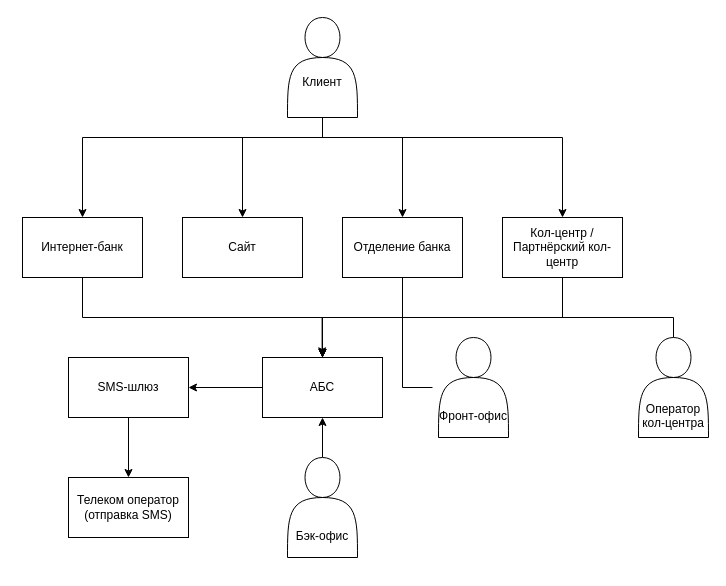
Above: Exc1/task-1-integration.drawio in vskurikhin/architecture-sprint-9 (draw.io), before the change. Source tidied: cells renumbered, new cells numbered last; positions are measured from the earlier drawing's top-left corner, leaving out a move shared by most shapes. Both pictures are drawn from the tidied source at 100%, with x=0, y=0 at pixel (22, 17).
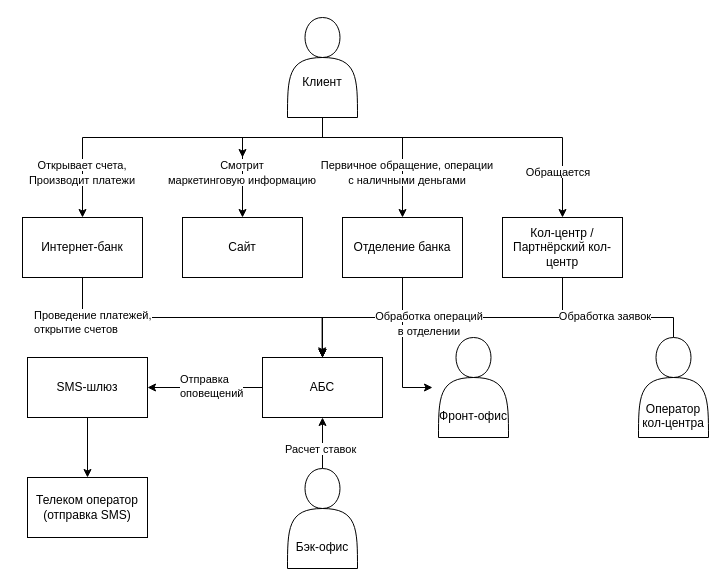
After the change.

The change refers to these unchanged cells:
```xml
<mxCell id="6" value="&lt;div&gt;&lt;br&gt;&lt;/div&gt;&lt;div&gt;&lt;br&gt;&lt;/div&gt;Клиент" style="shape=actor;whiteSpace=wrap;html=1;" parent="1" vertex="1">
  <mxGeometry x="265" width="70" height="100" as="geometry" />
</mxCell>
<mxCell id="9" value="Сайт" style="rounded=0;whiteSpace=wrap;html=1;" parent="1" vertex="1">
  <mxGeometry x="160" y="200" width="120" height="60" as="geometry" />
</mxCell>
<mxCell id="15" value="АБС" style="rounded=0;whiteSpace=wrap;html=1;" parent="1" vertex="1">
  <mxGeometry x="240" y="340" width="120" height="60" as="geometry" />
</mxCell>
```

The edit, as a diff of the source:
```diff
@@
-    <mxCell id="3" style="edgeStyle=orthogonalEdgeStyle;rounded=0;jettySize=auto;html=1;entryX=0.5;entryY=0;entryDx=0;entryDy=0;exitX=0.5;exitY=1;exitDx=0;exitDy=0;" parent="1" edge="1" source="6" target="9">
+    <mxCell id="3" style="edgeStyle=orthogonalEdgeStyle;rounded=0;jettySize=auto;html=1;entryX=0.5;entryY=0;entryDx=0;entryDy=0;exitX=0.5;exitY=1;exitDx=0;exitDy=0;" parent="1" edge="1" source="27" target="9">
       <mxGeometry relative="1" as="geometry">
         <Array as="points">
-          <mxPoint x="300" y="120" />
           <mxPoint x="220" y="120" />
         </Array>
       </mxGeometry>
     </mxCell>
@@
-    <mxCell id="19" style="edgeStyle=orthogonalEdgeStyle;rounded=0;jettySize=auto;html=1;entryX=0.497;entryY=-0.027;entryDx=0;entryDy=0;entryPerimeter=0;" parent="1" edge="1" target="15">
+    <mxCell id="19" style="edgeStyle=orthogonalEdgeStyle;rounded=0;jettySize=auto;html=1;entryX=0.497;entryY=-0.027;entryDx=0;entryDy=0;entryPerimeter=0;startArrow=classic;startFill=1;" parent="1" edge="1" target="15">
       <mxGeometry relative="1" as="geometry">
         <mxPoint x="410" y="370" as="sourcePoint" />
         <Array as="points">
           <mxPoint x="380" y="370" />
           <mxPoint x="380" y="300" />
           <mxPoint x="300" y="300" />
         </Array>
       </mxGeometry>
     </mxCell>
@@
     <mxCell id="21" value="&lt;div&gt;&lt;br&gt;&lt;/div&gt;&lt;div&gt;&lt;br&gt;&lt;/div&gt;&lt;div&gt;&lt;br&gt;&lt;/div&gt;&lt;div&gt;&lt;br&gt;&lt;/div&gt;&lt;div&gt;Бэк-офис&lt;/div&gt;" style="shape=actor;whiteSpace=wrap;html=1;" parent="1" vertex="1">
-      <mxGeometry x="265" y="440" width="70" height="100" as="geometry" />
+      <mxGeometry x="265" y="451" width="70" height="100" as="geometry" />
     </mxCell>
@@
     <mxCell id="23" value="SMS-шлюз" style="rounded=0;whiteSpace=wrap;html=1;" parent="1" vertex="1">
-      <mxGeometry x="46" y="340" width="120" height="60" as="geometry" />
+      <mxGeometry x="5" y="340" width="120" height="60" as="geometry" />
     </mxCell>
     <mxCell id="24" value="Телеком оператор&lt;br&gt;(отправка SMS)" style="rounded=0;whiteSpace=wrap;html=1;" parent="1" vertex="1">
-      <mxGeometry x="46" y="460" width="120" height="60" as="geometry" />
+      <mxGeometry x="5" y="460" width="120" height="60" as="geometry" />
     </mxCell>
+    <mxCell id="25" value="&lt;span style=&quot;color: rgb(0, 0, 0); font-family: Helvetica; font-size: 11px; font-style: normal; font-variant-ligatures: normal; font-variant-caps: normal; font-weight: 400; letter-spacing: normal; orphans: 2; text-align: center; text-indent: 0px; text-transform: none; widows: 2; word-spacing: 0px; -webkit-text-stroke-width: 0px; white-space: nowrap; background-color: rgb(255, 255, 255); text-decoration-thickness: initial; text-decoration-style: initial; text-decoration-color: initial; display: inline !important; float: none;&quot;&gt;Обработка заявок&lt;/span&gt;" style="text;html=1;align=center;verticalAlign=middle;whiteSpace=wrap;rounded=0;" parent="1" vertex="1">
+      <mxGeometry x="528" y="284" width="110" height="30" as="geometry" />
+    </mxCell>
+    <mxCell id="26" style="edgeStyle=orthogonalEdgeStyle;rounded=0;jettySize=auto;html=1;entryX=0.5;entryY=0;entryDx=0;entryDy=0;exitX=0.5;exitY=1;exitDx=0;exitDy=0;" parent="1" edge="1" source="6" target="27">
+      <mxGeometry relative="1" as="geometry">
+        <Array as="points">
+          <mxPoint x="300" y="120" />
+        </Array>
+      </mxGeometry>
+    </mxCell>
+    <mxCell id="27" value="&lt;span style=&quot;color: rgb(0, 0, 0); font-family: Helvetica; font-size: 11px; font-style: normal; font-variant-ligatures: normal; font-variant-caps: normal; font-weight: 400; letter-spacing: normal; orphans: 2; text-align: center; text-indent: 0px; text-transform: none; widows: 2; word-spacing: 0px; -webkit-text-stroke-width: 0px; white-space: nowrap; background-color: rgb(255, 255, 255); text-decoration-thickness: initial; text-decoration-style: initial; text-decoration-color: initial; display: inline !important; float: none;&quot;&gt;Смотрит&lt;/span&gt;&lt;br style=&quot;forced-color-adjust: none; color: rgb(0, 0, 0); font-family: Helvetica; font-size: 11px; font-style: normal; font-variant-ligatures: normal; font-variant-caps: normal; font-weight: 400; letter-spacing: normal; orphans: 2; text-align: center; text-indent: 0px; text-transform: none; widows: 2; word-spacing: 0px; -webkit-text-stroke-width: 0px; white-space: nowrap; text-decoration-thickness: initial; text-decoration-style: initial; text-decoration-color: initial;&quot;&gt;&lt;span style=&quot;color: rgb(0, 0, 0); font-family: Helvetica; font-size: 11px; font-style: normal; font-variant-ligatures: normal; font-variant-caps: normal; font-weight: 400; letter-spacing: normal; orphans: 2; text-align: center; text-indent: 0px; text-transform: none; widows: 2; word-spacing: 0px; -webkit-text-stroke-width: 0px; white-space: nowrap; background-color: rgb(255, 255, 255); text-decoration-thickness: initial; text-decoration-style: initial; text-decoration-color: initial; display: inline !important; float: none;&quot;&gt;маркетинговую информацию&lt;/span&gt;" style="text;html=1;align=center;verticalAlign=middle;whiteSpace=wrap;rounded=0;" parent="1" vertex="1">
+      <mxGeometry x="140" y="140" width="160" height="30" as="geometry" />
+    </mxCell>
+    <mxCell id="28" value="&lt;span style=&quot;font-size: 11px; text-wrap: nowrap; background-color: rgb(255, 255, 255);&quot;&gt;Открывает счета,&lt;/span&gt;&lt;br style=&quot;font-size: 11px; text-wrap: nowrap;&quot;&gt;&lt;span style=&quot;font-size: 11px; text-wrap: nowrap; background-color: rgb(255, 255, 255);&quot;&gt;Производит платежи&lt;/span&gt;" style="text;html=1;align=center;verticalAlign=middle;whiteSpace=wrap;rounded=0;" parent="1" vertex="1">
+      <mxGeometry x="-5" y="140" width="130" height="30" as="geometry" />
+    </mxCell>
+    <mxCell id="29" value="&lt;span style=&quot;font-size: 11px; text-wrap: nowrap; background-color: rgb(255, 255, 255);&quot;&gt;Обращается&lt;/span&gt;" style="text;html=1;align=center;verticalAlign=middle;whiteSpace=wrap;rounded=0;" parent="1" vertex="1">
+      <mxGeometry x="506" y="140" width="60" height="30" as="geometry" />
+    </mxCell>
+    <mxCell id="30" value="&lt;span style=&quot;font-size: 11px; text-wrap: nowrap; background-color: rgb(255, 255, 255);&quot;&gt;Первичное обращение, операции&lt;br&gt;с наличными деньгами&lt;/span&gt;" style="text;html=1;align=center;verticalAlign=middle;whiteSpace=wrap;rounded=0;" parent="1" vertex="1">
+      <mxGeometry x="320" y="140" width="130" height="30" as="geometry" />
+    </mxCell>
+    <mxCell id="31" value="&lt;span style=&quot;color: rgb(0, 0, 0); font-family: Helvetica; font-size: 11px; font-style: normal; font-variant-ligatures: normal; font-variant-caps: normal; font-weight: 400; letter-spacing: normal; orphans: 2; text-align: center; text-indent: 0px; text-transform: none; widows: 2; word-spacing: 0px; -webkit-text-stroke-width: 0px; white-space: nowrap; background-color: rgb(255, 255, 255); text-decoration-thickness: initial; text-decoration-style: initial; text-decoration-color: initial; float: none; display: inline !important;&quot;&gt;Обработка операций&lt;br&gt;в отделении&lt;/span&gt;" style="text;html=1;align=center;verticalAlign=middle;whiteSpace=wrap;rounded=0;" parent="1" vertex="1">
+      <mxGeometry x="352" y="291" width="110" height="30" as="geometry" />
+    </mxCell>
+    <mxCell id="32" value="&lt;span style=&quot;color: rgb(0, 0, 0); font-family: Helvetica; font-size: 11px; font-style: normal; font-variant-ligatures: normal; font-variant-caps: normal; font-weight: 400; letter-spacing: normal; orphans: 2; text-align: center; text-indent: 0px; text-transform: none; widows: 2; word-spacing: 0px; -webkit-text-stroke-width: 0px; white-space: nowrap; background-color: rgb(255, 255, 255); text-decoration-thickness: initial; text-decoration-style: initial; text-decoration-color: initial; display: inline !important; float: none;&quot;&gt;Расчет ставок&lt;/span&gt;" style="text;whiteSpace=wrap;html=1;" parent="1" vertex="1">
+      <mxGeometry x="261" y="418" width="90" height="30" as="geometry" />
+    </mxCell>
+    <mxCell id="33" value="&lt;span style=&quot;color: rgb(0, 0, 0); font-family: Helvetica; font-size: 11px; font-style: normal; font-variant-ligatures: normal; font-variant-caps: normal; font-weight: 400; letter-spacing: normal; orphans: 2; text-align: center; text-indent: 0px; text-transform: none; widows: 2; word-spacing: 0px; -webkit-text-stroke-width: 0px; white-space: nowrap; background-color: rgb(255, 255, 255); text-decoration-thickness: initial; text-decoration-style: initial; text-decoration-color: initial; display: inline !important; float: none;&quot;&gt;Отправка&lt;/span&gt;&lt;br style=&quot;forced-color-adjust: none; color: rgb(0, 0, 0); font-family: Helvetica; font-size: 11px; font-style: normal; font-variant-ligatures: normal; font-variant-caps: normal; font-weight: 400; letter-spacing: normal; orphans: 2; text-align: center; text-indent: 0px; text-transform: none; widows: 2; word-spacing: 0px; -webkit-text-stroke-width: 0px; white-space: nowrap; text-decoration-thickness: initial; text-decoration-style: initial; text-decoration-color: initial;&quot;&gt;&lt;span style=&quot;color: rgb(0, 0, 0); font-family: Helvetica; font-size: 11px; font-style: normal; font-variant-ligatures: normal; font-variant-caps: normal; font-weight: 400; letter-spacing: normal; orphans: 2; text-align: center; text-indent: 0px; text-transform: none; widows: 2; word-spacing: 0px; -webkit-text-stroke-width: 0px; white-space: nowrap; background-color: rgb(255, 255, 255); text-decoration-thickness: initial; text-decoration-style: initial; text-decoration-color: initial; display: inline !important; float: none;&quot;&gt;оповещений&lt;/span&gt;" style="text;whiteSpace=wrap;html=1;" parent="1" vertex="1">
+      <mxGeometry x="156" y="348" width="100" height="50" as="geometry" />
+    </mxCell>
+    <mxCell id="34" value="&lt;span style=&quot;color: rgb(0, 0, 0); font-family: Helvetica; font-size: 11px; font-style: normal; font-variant-ligatures: normal; font-variant-caps: normal; font-weight: 400; letter-spacing: normal; orphans: 2; text-align: center; text-indent: 0px; text-transform: none; widows: 2; word-spacing: 0px; -webkit-text-stroke-width: 0px; white-space: nowrap; background-color: rgb(255, 255, 255); text-decoration-thickness: initial; text-decoration-style: initial; text-decoration-color: initial; display: inline !important; float: none;&quot;&gt;Проведение платежей,&lt;/span&gt;&lt;br style=&quot;forced-color-adjust: none; color: rgb(0, 0, 0); font-family: Helvetica; font-size: 11px; font-style: normal; font-variant-ligatures: normal; font-variant-caps: normal; font-weight: 400; letter-spacing: normal; orphans: 2; text-align: center; text-indent: 0px; text-transform: none; widows: 2; word-spacing: 0px; -webkit-text-stroke-width: 0px; white-space: nowrap; text-decoration-thickness: initial; text-decoration-style: initial; text-decoration-color: initial;&quot;&gt;&lt;span style=&quot;color: rgb(0, 0, 0); font-family: Helvetica; font-size: 11px; font-style: normal; font-variant-ligatures: normal; font-variant-caps: normal; font-weight: 400; letter-spacing: normal; orphans: 2; text-align: center; text-indent: 0px; text-transform: none; widows: 2; word-spacing: 0px; -webkit-text-stroke-width: 0px; white-space: nowrap; background-color: rgb(255, 255, 255); text-decoration-thickness: initial; text-decoration-style: initial; text-decoration-color: initial; display: inline !important; float: none;&quot;&gt;открытие счетов&lt;/span&gt;" style="text;whiteSpace=wrap;html=1;" parent="1" vertex="1">
+      <mxGeometry x="10" y="284" width="150" height="50" as="geometry" />
+    </mxCell>
```
